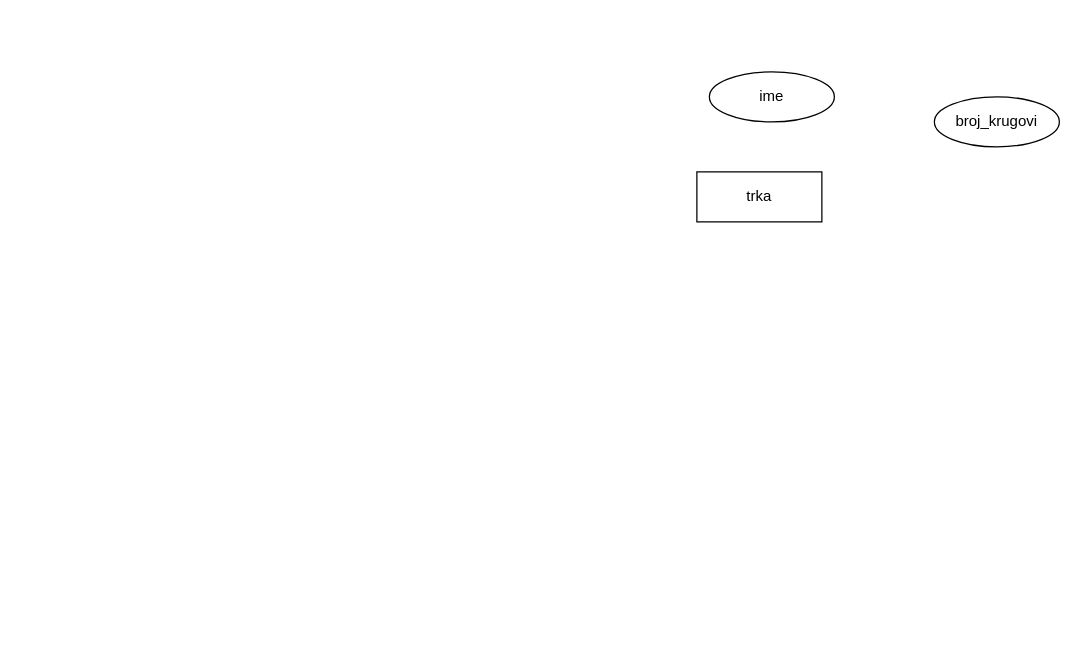
Above: aud2_zad2.drawio in loramarku9/BAZInaPODATOCI (draw.io), before the change. Source tidied: cells renumbered, new cells numbered last; positions are measured from the earlier drawing's top-left corner, leaving out a move shared by most shapes. Both pictures are drawn from the tidied source at 125%, with x=0, y=0 at pixel (696, 71).
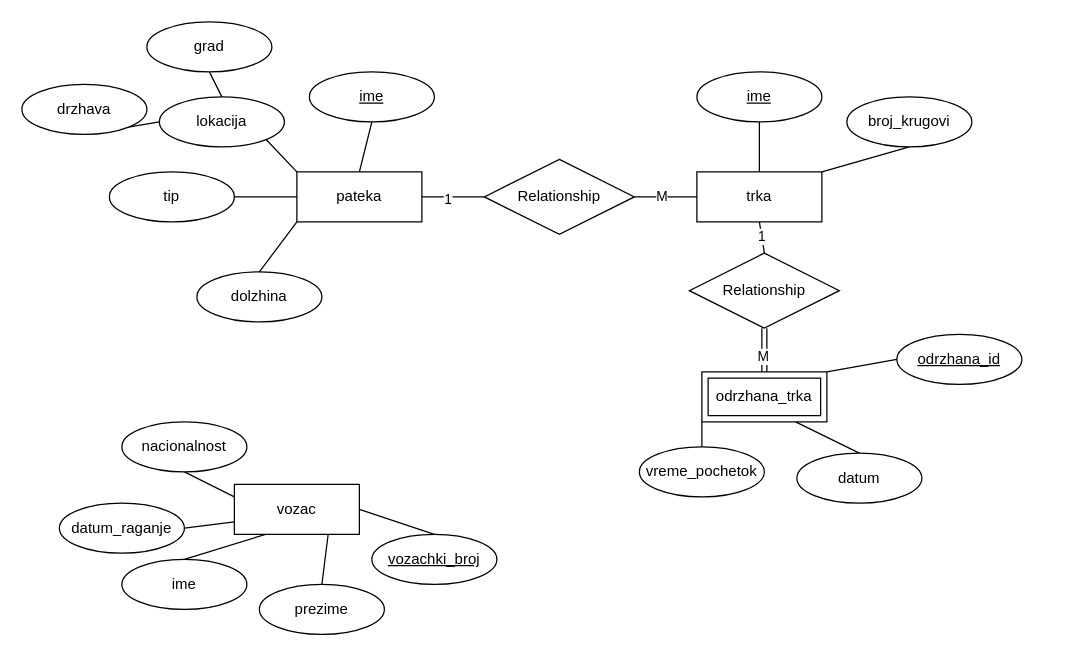
Above is the later version.

Unchanged cells that the change refers to:
```xml
<mxCell id="2" value="trka" style="whiteSpace=wrap;html=1;align=center;" parent="1" vertex="1">
  <mxGeometry y="80" width="100" height="40" as="geometry" />
</mxCell>
```

The edit, as a diff of the source:
```diff
@@
+    <mxCell id="5" style="shape=connector;rounded=0;jettySize=auto;html=1;exitX=0.5;exitY=0;exitDx=0;exitDy=0;entryX=0.5;entryY=1;entryDx=0;entryDy=0;strokeColor=default;align=center;verticalAlign=middle;fontFamily=Helvetica;fontSize=11;fontColor=default;labelBackgroundColor=default;defaultLabelBackgroundColor=page;endArrow=none;endFill=0;" parent="1" edge="1" source="2" target="4">
+      <mxGeometry relative="1" as="geometry" />
+    </mxCell>
+    <mxCell id="6" style="edgeStyle=none;shape=connector;rounded=0;jettySize=auto;html=1;exitX=1;exitY=0;exitDx=0;exitDy=0;entryX=0.5;entryY=1;entryDx=0;entryDy=0;strokeColor=default;align=center;verticalAlign=middle;fontFamily=Helvetica;fontSize=11;fontColor=default;labelBackgroundColor=default;defaultLabelBackgroundColor=page;endArrow=none;endFill=0;" parent="1" edge="1" source="2" target="3">
+      <mxGeometry relative="1" as="geometry" />
+    </mxCell>
+    <mxCell id="7" style="edgeStyle=none;shape=connector;rounded=0;jettySize=auto;html=1;exitX=0;exitY=0.5;exitDx=0;exitDy=0;entryX=1;entryY=0.5;entryDx=0;entryDy=0;strokeColor=default;align=center;verticalAlign=middle;fontFamily=Helvetica;fontSize=11;fontColor=default;labelBackgroundColor=default;defaultLabelBackgroundColor=page;endArrow=none;endFill=0;" parent="1" edge="1" source="2" target="12">
+      <mxGeometry relative="1" as="geometry" />
+    </mxCell>
+    <mxCell id="8" value="M" style="edgeLabel;html=1;align=center;verticalAlign=middle;inheritText=1;defaultLabelBackgroundColor=page;" parent="7" vertex="1">
+      <mxGeometry x="0.15" y="-1" relative="1" as="geometry" />
+    </mxCell>
@@
     <mxCell id="3" value="broj_krugovi" style="ellipse;whiteSpace=wrap;html=1;align=center;" parent="1" vertex="1">
-      <mxGeometry x="190" y="20" width="100" height="40" as="geometry" />
+      <mxGeometry x="120" y="20" width="100" height="40" as="geometry" />
     </mxCell>
-    <mxCell id="4" value="ime" style="ellipse;whiteSpace=wrap;html=1;align=center;" parent="1" vertex="1">
-      <mxGeometry x="10" width="100" height="40" as="geometry" />
+    <mxCell id="4" value="&lt;u&gt;ime&lt;/u&gt;" style="ellipse;whiteSpace=wrap;html=1;align=center;" parent="1" vertex="1">
+      <mxGeometry width="100" height="40" as="geometry" />
     </mxCell>
+    <mxCell id="9" style="edgeStyle=none;shape=connector;rounded=0;jettySize=auto;html=1;exitX=1;exitY=0.5;exitDx=0;exitDy=0;entryX=0;entryY=0.5;entryDx=0;entryDy=0;strokeColor=default;align=center;verticalAlign=middle;fontFamily=Helvetica;fontSize=11;fontColor=default;labelBackgroundColor=default;defaultLabelBackgroundColor=page;endArrow=none;endFill=0;" parent="1" edge="1" source="11" target="12">
+      <mxGeometry relative="1" as="geometry" />
+    </mxCell>
+    <mxCell id="10" value="1" style="edgeLabel;html=1;align=center;verticalAlign=middle;inheritText=1;defaultLabelBackgroundColor=page;" parent="9" vertex="1">
+      <mxGeometry x="-0.2" y="-1" relative="1" as="geometry" />
+    </mxCell>
+    <mxCell id="11" value="pateka" style="whiteSpace=wrap;html=1;align=center;" parent="1" vertex="1">
+      <mxGeometry x="-320" y="80" width="100" height="40" as="geometry" />
+    </mxCell>
+    <mxCell id="12" value="Relationship" style="shape=rhombus;perimeter=rhombusPerimeter;whiteSpace=wrap;html=1;align=center;" parent="1" vertex="1">
+      <mxGeometry x="-170" y="70" width="120" height="60" as="geometry" />
+    </mxCell>
+    <mxCell id="13" style="edgeStyle=none;shape=connector;rounded=0;jettySize=auto;html=1;exitX=0.5;exitY=0;exitDx=0;exitDy=0;entryX=0;entryY=1;entryDx=0;entryDy=0;strokeColor=default;align=center;verticalAlign=middle;fontFamily=Helvetica;fontSize=11;fontColor=default;labelBackgroundColor=default;defaultLabelBackgroundColor=page;endArrow=none;endFill=0;" parent="1" edge="1" source="14" target="11">
+      <mxGeometry relative="1" as="geometry" />
+    </mxCell>
+    <mxCell id="14" value="dolzhina" style="ellipse;whiteSpace=wrap;html=1;align=center;" parent="1" vertex="1">
+      <mxGeometry x="-400" y="160" width="100" height="40" as="geometry" />
+    </mxCell>
+    <mxCell id="15" style="edgeStyle=none;shape=connector;rounded=0;jettySize=auto;html=1;exitX=1;exitY=0.5;exitDx=0;exitDy=0;entryX=0;entryY=0.5;entryDx=0;entryDy=0;strokeColor=default;align=center;verticalAlign=middle;fontFamily=Helvetica;fontSize=11;fontColor=default;labelBackgroundColor=default;defaultLabelBackgroundColor=page;endArrow=none;endFill=0;" parent="1" edge="1" source="16" target="11">
+      <mxGeometry relative="1" as="geometry" />
+    </mxCell>
+    <mxCell id="16" value="tip" style="ellipse;whiteSpace=wrap;html=1;align=center;" parent="1" vertex="1">
+      <mxGeometry x="-470" y="80" width="100" height="40" as="geometry" />
+    </mxCell>
+    <mxCell id="17" style="edgeStyle=none;shape=connector;rounded=0;jettySize=auto;html=1;exitX=1;exitY=1;exitDx=0;exitDy=0;entryX=0;entryY=0.5;entryDx=0;entryDy=0;strokeColor=default;align=center;verticalAlign=middle;fontFamily=Helvetica;fontSize=11;fontColor=default;labelBackgroundColor=default;defaultLabelBackgroundColor=page;endArrow=none;endFill=0;" parent="1" edge="1" source="18" target="22">
+      <mxGeometry relative="1" as="geometry" />
+    </mxCell>
+    <mxCell id="18" value="drzhava" style="ellipse;whiteSpace=wrap;html=1;align=center;" parent="1" vertex="1">
+      <mxGeometry x="-540" y="10" width="100" height="40" as="geometry" />
+    </mxCell>
+    <mxCell id="19" style="edgeStyle=none;shape=connector;rounded=0;jettySize=auto;html=1;exitX=0.5;exitY=1;exitDx=0;exitDy=0;entryX=0.5;entryY=0;entryDx=0;entryDy=0;strokeColor=default;align=center;verticalAlign=middle;fontFamily=Helvetica;fontSize=11;fontColor=default;labelBackgroundColor=default;defaultLabelBackgroundColor=page;endArrow=none;endFill=0;" parent="1" edge="1" source="20" target="22">
+      <mxGeometry relative="1" as="geometry" />
+    </mxCell>
+    <mxCell id="20" value="grad" style="ellipse;whiteSpace=wrap;html=1;align=center;" parent="1" vertex="1">
+      <mxGeometry x="-440" y="-40" width="100" height="40" as="geometry" />
+    </mxCell>
+    <mxCell id="21" style="edgeStyle=none;shape=connector;rounded=0;jettySize=auto;html=1;exitX=1;exitY=1;exitDx=0;exitDy=0;entryX=0;entryY=0;entryDx=0;entryDy=0;strokeColor=default;align=center;verticalAlign=middle;fontFamily=Helvetica;fontSize=11;fontColor=default;labelBackgroundColor=default;defaultLabelBackgroundColor=page;endArrow=none;endFill=0;" parent="1" edge="1" source="22" target="11">
+      <mxGeometry relative="1" as="geometry" />
+    </mxCell>
+    <mxCell id="22" value="lokacija" style="ellipse;whiteSpace=wrap;html=1;align=center;" parent="1" vertex="1">
+      <mxGeometry x="-430" y="20" width="100" height="40" as="geometry" />
+    </mxCell>
+    <mxCell id="23" style="edgeStyle=none;shape=connector;rounded=0;jettySize=auto;html=1;exitX=0.5;exitY=1;exitDx=0;exitDy=0;entryX=0.5;entryY=0;entryDx=0;entryDy=0;strokeColor=default;align=center;verticalAlign=middle;fontFamily=Helvetica;fontSize=11;fontColor=default;labelBackgroundColor=default;defaultLabelBackgroundColor=page;endArrow=none;endFill=0;" parent="1" edge="1" source="24" target="11">
+      <mxGeometry relative="1" as="geometry" />
+    </mxCell>
+    <mxCell id="24" value="&lt;u&gt;ime&lt;/u&gt;" style="ellipse;whiteSpace=wrap;html=1;align=center;" parent="1" vertex="1">
+      <mxGeometry x="-310" width="100" height="40" as="geometry" />
+    </mxCell>
+    <mxCell id="25" style="edgeStyle=none;shape=connector;rounded=0;jettySize=auto;html=1;exitX=0.75;exitY=1;exitDx=0;exitDy=0;entryX=0.5;entryY=0;entryDx=0;entryDy=0;strokeColor=default;align=center;verticalAlign=middle;fontFamily=Helvetica;fontSize=11;fontColor=default;labelBackgroundColor=default;defaultLabelBackgroundColor=page;endArrow=none;endFill=0;" parent="1" edge="1" source="28" target="29">
+      <mxGeometry relative="1" as="geometry" />
+    </mxCell>
+    <mxCell id="26" style="edgeStyle=none;shape=link;rounded=0;jettySize=auto;html=1;exitX=0.5;exitY=0;exitDx=0;exitDy=0;entryX=0.5;entryY=1;entryDx=0;entryDy=0;strokeColor=default;align=center;verticalAlign=middle;fontFamily=Helvetica;fontSize=11;fontColor=default;labelBackgroundColor=default;defaultLabelBackgroundColor=page;endArrow=none;endFill=0;" parent="1" edge="1" source="28" target="36">
+      <mxGeometry relative="1" as="geometry" />
+    </mxCell>
+    <mxCell id="27" value="M" style="edgeLabel;html=1;align=center;verticalAlign=middle;inheritText=1;defaultLabelBackgroundColor=page;" parent="26" vertex="1">
+      <mxGeometry x="-0.26" y="2" relative="1" as="geometry" />
+    </mxCell>
+    <mxCell id="28" value="odrzhana_trka" style="shape=ext;margin=3;double=1;whiteSpace=wrap;html=1;align=center;" parent="1" vertex="1">
+      <mxGeometry x="4" y="240" width="100" height="40" as="geometry" />
+    </mxCell>
+    <mxCell id="29" value="datum" style="ellipse;whiteSpace=wrap;html=1;align=center;" parent="1" vertex="1">
+      <mxGeometry x="80" y="305" width="100" height="40" as="geometry" />
+    </mxCell>
+    <mxCell id="30" style="edgeStyle=none;shape=connector;rounded=0;jettySize=auto;html=1;exitX=0;exitY=0.5;exitDx=0;exitDy=0;entryX=1;entryY=0;entryDx=0;entryDy=0;strokeColor=default;align=center;verticalAlign=middle;fontFamily=Helvetica;fontSize=11;fontColor=default;labelBackgroundColor=default;defaultLabelBackgroundColor=page;endArrow=none;endFill=0;" parent="1" edge="1" source="31" target="28">
+      <mxGeometry relative="1" as="geometry" />
+    </mxCell>
+    <mxCell id="31" value="odrzhana_id" style="ellipse;whiteSpace=wrap;html=1;align=center;fontStyle=20;" parent="1" vertex="1">
+      <mxGeometry x="160" y="210" width="100" height="40" as="geometry" />
+    </mxCell>
+    <mxCell id="32" style="edgeStyle=none;shape=connector;rounded=0;jettySize=auto;html=1;exitX=0.5;exitY=0;exitDx=0;exitDy=0;entryX=0;entryY=1;entryDx=0;entryDy=0;strokeColor=default;align=center;verticalAlign=middle;fontFamily=Helvetica;fontSize=11;fontColor=default;labelBackgroundColor=default;defaultLabelBackgroundColor=page;endArrow=none;endFill=0;" parent="1" edge="1" source="33" target="28">
+      <mxGeometry relative="1" as="geometry" />
+    </mxCell>
+    <mxCell id="33" value="vreme_pochetok" style="ellipse;whiteSpace=wrap;html=1;align=center;" parent="1" vertex="1">
+      <mxGeometry x="-46" y="300" width="100" height="40" as="geometry" />
+    </mxCell>
+    <mxCell id="34" style="edgeStyle=none;shape=connector;rounded=0;jettySize=auto;html=1;exitX=0.5;exitY=0;exitDx=0;exitDy=0;entryX=0.5;entryY=1;entryDx=0;entryDy=0;strokeColor=default;align=center;verticalAlign=middle;fontFamily=Helvetica;fontSize=11;fontColor=default;labelBackgroundColor=default;defaultLabelBackgroundColor=page;endArrow=none;endFill=0;" parent="1" edge="1" source="36" target="2">
+      <mxGeometry relative="1" as="geometry" />
+    </mxCell>
+    <mxCell id="35" value="1" style="edgeLabel;html=1;align=center;verticalAlign=middle;inheritText=1;defaultLabelBackgroundColor=page;" parent="34" vertex="1">
+      <mxGeometry x="0.14" relative="1" as="geometry" />
+    </mxCell>
+    <mxCell id="36" value="Relationship" style="shape=rhombus;perimeter=rhombusPerimeter;whiteSpace=wrap;html=1;align=center;" parent="1" vertex="1">
+      <mxGeometry x="-6" y="145" width="120" height="60" as="geometry" />
+    </mxCell>
+    <mxCell id="37" style="edgeStyle=none;shape=connector;rounded=0;jettySize=auto;html=1;exitX=1;exitY=0.5;exitDx=0;exitDy=0;entryX=0.5;entryY=0;entryDx=0;entryDy=0;strokeColor=default;align=center;verticalAlign=middle;fontFamily=Helvetica;fontSize=11;fontColor=default;labelBackgroundColor=default;defaultLabelBackgroundColor=page;endArrow=none;endFill=0;" parent="1" edge="1" source="39" target="40">
+      <mxGeometry relative="1" as="geometry" />
+    </mxCell>
+    <mxCell id="38" style="edgeStyle=none;shape=connector;rounded=0;jettySize=auto;html=1;exitX=0.75;exitY=1;exitDx=0;exitDy=0;entryX=0.5;entryY=0;entryDx=0;entryDy=0;strokeColor=default;align=center;verticalAlign=middle;fontFamily=Helvetica;fontSize=11;fontColor=default;labelBackgroundColor=default;defaultLabelBackgroundColor=page;endArrow=none;endFill=0;" parent="1" edge="1" source="39" target="43">
+      <mxGeometry relative="1" as="geometry" />
+    </mxCell>
+    <mxCell id="39" value="vozac" style="whiteSpace=wrap;html=1;align=center;" parent="1" vertex="1">
+      <mxGeometry x="-370" y="330" width="100" height="40" as="geometry" />
+    </mxCell>
+    <mxCell id="40" value="&lt;u&gt;vozachki_broj&lt;/u&gt;" style="ellipse;whiteSpace=wrap;html=1;align=center;" parent="1" vertex="1">
+      <mxGeometry x="-260" y="370" width="100" height="40" as="geometry" />
+    </mxCell>
+    <mxCell id="41" style="edgeStyle=none;shape=connector;rounded=0;jettySize=auto;html=1;exitX=0.5;exitY=1;exitDx=0;exitDy=0;entryX=0;entryY=0.25;entryDx=0;entryDy=0;strokeColor=default;align=center;verticalAlign=middle;fontFamily=Helvetica;fontSize=11;fontColor=default;labelBackgroundColor=default;defaultLabelBackgroundColor=page;endArrow=none;endFill=0;" parent="1" edge="1" source="42" target="39">
+      <mxGeometry relative="1" as="geometry" />
+    </mxCell>
+    <mxCell id="42" value="nacionalnost" style="ellipse;whiteSpace=wrap;html=1;align=center;" parent="1" vertex="1">
+      <mxGeometry x="-460" y="280" width="100" height="40" as="geometry" />
+    </mxCell>
+    <mxCell id="43" value="prezime" style="ellipse;whiteSpace=wrap;html=1;align=center;" parent="1" vertex="1">
+      <mxGeometry x="-350" y="410" width="100" height="40" as="geometry" />
+    </mxCell>
+    <mxCell id="44" style="edgeStyle=none;shape=connector;rounded=0;jettySize=auto;html=1;exitX=0.5;exitY=0;exitDx=0;exitDy=0;entryX=0.25;entryY=1;entryDx=0;entryDy=0;strokeColor=default;align=center;verticalAlign=middle;fontFamily=Helvetica;fontSize=11;fontColor=default;labelBackgroundColor=default;defaultLabelBackgroundColor=page;endArrow=none;endFill=0;" parent="1" edge="1" source="45" target="39">
+      <mxGeometry relative="1" as="geometry" />
+    </mxCell>
+    <mxCell id="45" value="ime" style="ellipse;whiteSpace=wrap;html=1;align=center;" parent="1" vertex="1">
+      <mxGeometry x="-460" y="390" width="100" height="40" as="geometry" />
+    </mxCell>
+    <mxCell id="46" style="edgeStyle=none;shape=connector;rounded=0;jettySize=auto;html=1;exitX=1;exitY=0.5;exitDx=0;exitDy=0;entryX=0;entryY=0.75;entryDx=0;entryDy=0;strokeColor=default;align=center;verticalAlign=middle;fontFamily=Helvetica;fontSize=11;fontColor=default;labelBackgroundColor=default;defaultLabelBackgroundColor=page;endArrow=none;endFill=0;" parent="1" edge="1" source="47" target="39">
+      <mxGeometry relative="1" as="geometry" />
+    </mxCell>
+    <mxCell id="47" value="datum_raganje" style="ellipse;whiteSpace=wrap;html=1;align=center;" parent="1" vertex="1">
+      <mxGeometry x="-510" y="345" width="100" height="40" as="geometry" />
+    </mxCell>
```
